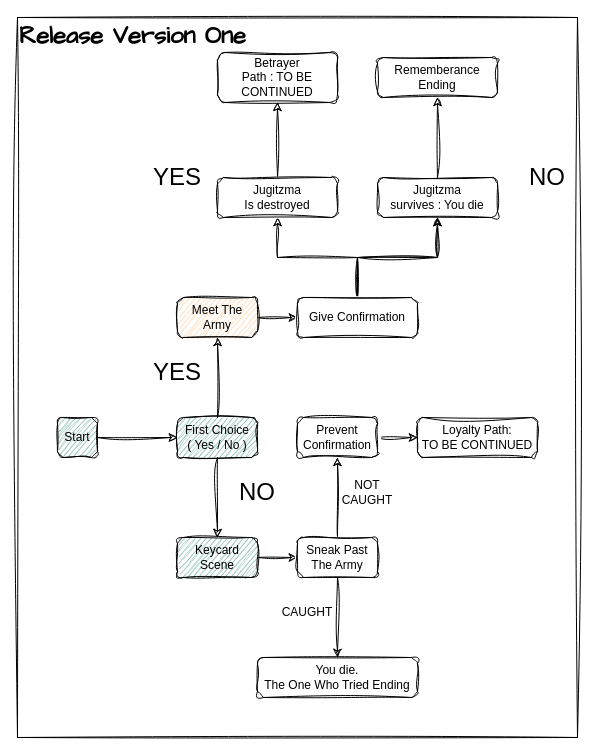
Above: dev/gameplayOutline.drawio in sphis-sinco/fiouth (draw.io), before the change. Source tidied: cells renumbered, new cells numbered last; positions are measured from the earlier drawing's top-left corner, leaving out a move shared by most shapes. Both pictures are drawn from the tidied source at 100%, with x=0, y=0 at pixel (17, 17).
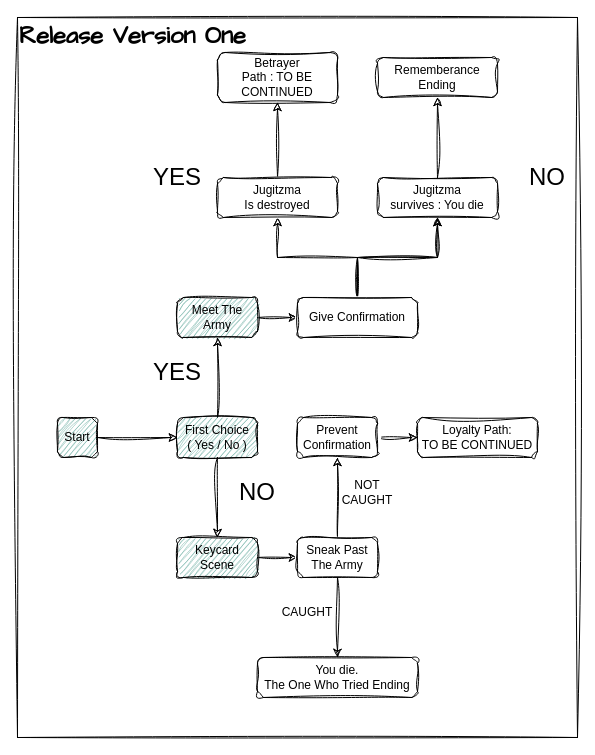
The same page after the edit.

Commit message (it also covers changes not shown here):
MTAI finished with the leave button now existing

The change refers to these unchanged cells:
```xml
<mxCell id="2" style="group;" parent="1" vertex="1">
  <mxGeometry width="560" height="720" as="geometry" />
</mxCell>
```

The edit, as a diff of the source:
```diff
@@
-    <mxCell id="13" value="&lt;div&gt;Meet The Army&lt;/div&gt;" style="whiteSpace=wrap;html=1;rounded=1;labelBackgroundColor=none;sketch=1;curveFitting=1;jiggle=2;fillColor=#FFCE9F;" parent="2" vertex="1">
+    <mxCell id="13" value="&lt;div&gt;Meet The Army&lt;/div&gt;" style="whiteSpace=wrap;html=1;rounded=1;labelBackgroundColor=none;sketch=1;curveFitting=1;jiggle=2;fillColor=light-dark(#67AB9F,#67AB9F);fillStyle=hachure;" parent="2" vertex="1">
       <mxGeometry x="160" y="280" width="80" height="40" as="geometry" />
     </mxCell>
```
